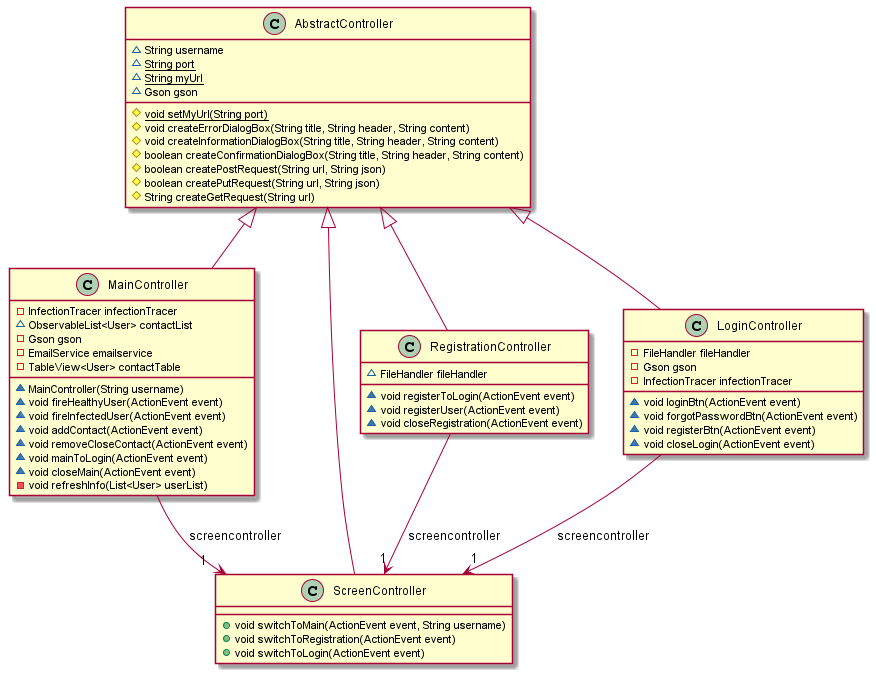
Before: Infectiontracer/docs/release3/diagrams/fxuiclassdiagram.png, a diagram exported from PlantUML (Alexanderbrandhaug/InfectionTracerFX).
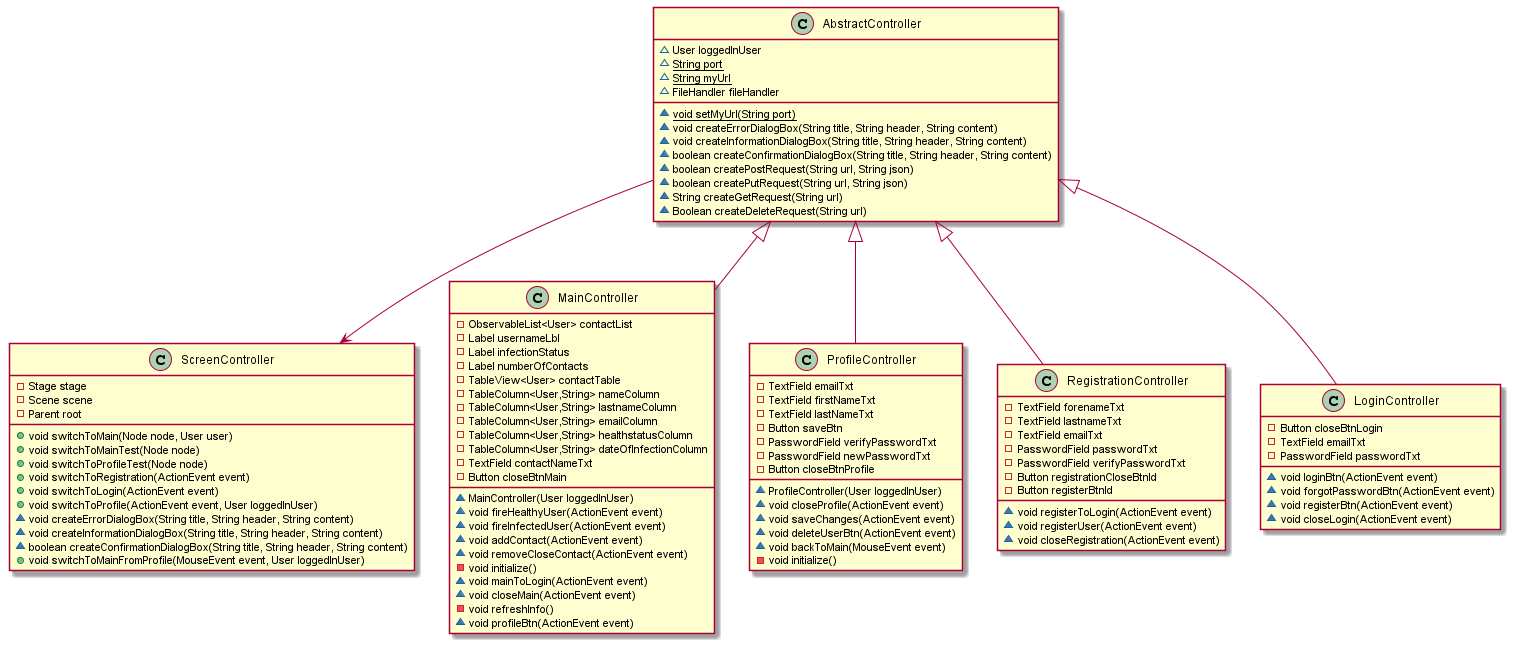
After the commit.

What changed in the source:
```diff
@@ -1,72 +1,114 @@
 @startuml
-class AbstractController [[java:infectiontracer.ui.AbstractController]] {
-	~String username
+abstract class AbstractController [[java:infectiontracer.ui.AbstractController]] {
+	~User loggedInUser
 	~{static}String port
 	~{static}String myUrl
-	~Gson gson
-	#{static}void setMyUrl(String port)
-	#void createErrorDialogBox(String title, String header, String content)
-	#void createInformationDialogBox(String title, String header, String content)
-	#boolean createConfirmationDialogBox(String title, String header, String content)
-	#boolean createPostRequest(String url, String json)
-	#boolean createPutRequest(String url, String json)
-	#String createGetRequest(String url)
+	~FileHandler fileHandler
+	~{static}void setMyUrl(String port)
+	~void createErrorDialogBox(String title, String header, String content)
+	~void createInformationDialogBox(String title, String header, String content)
+	~boolean createConfirmationDialogBox(String title, String header, String content)
+	~boolean createPostRequest(String url, String json)
+	~boolean createPutRequest(String url, String json)
+	~String createGetRequest(String url)
+	~Boolean createDeleteRequest(String url)
 }
+class ScreenController [[java:bookingsystem.ScreenController]] {
+}
+AbstractController --> ScreenController
 class MainController [[java:infectiontracer.ui.MainController]] {
-	-InfectionTracer infectionTracer
-	~ObservableList<User> contactList
-	-Gson gson
-	-EmailService emailservice
+	-ObservableList<User> contactList
+	-Label usernameLbl
+	-Label infectionStatus
+	-Label numberOfContacts
 	-TableView<User> contactTable
-	~MainController(String username)
+	-TableColumn<User,String> nameColumn
+	-TableColumn<User,String> lastnameColumn
+	-TableColumn<User,String> emailColumn
+	-TableColumn<User,String> healthstatusColumn
+	-TableColumn<User,String> dateOfInfectionColumn
+	-TextField contactNameTxt
+	-Button closeBtnMain
+	~MainController(User loggedInUser)
 	~void fireHealthyUser(ActionEvent event)
 	~void fireInfectedUser(ActionEvent event)
 	~void addContact(ActionEvent event)
 	~void removeCloseContact(ActionEvent event)
+	-void initialize()
 	~void mainToLogin(ActionEvent event)
 	~void closeMain(ActionEvent event)
-	-void refreshInfo(List<User> userList)
+	-void refreshInfo()
+	~void profileBtn(ActionEvent event)
 }
-class ScreenController [[java:bookingsystem.ScreenController]] {
-}
-MainController --> "1" ScreenController : screencontroller
 class AbstractController [[java:infectiontracer.ui.AbstractController]] {
 }
 AbstractController <|-- MainController
 
-
-class ScreenController [[java:infectiontracer.ui.ScreenController]] {
-	+void switchToMain(ActionEvent event, String username)
-	+void switchToRegistration(ActionEvent event)
-	+void switchToLogin(ActionEvent event)
+class ProfileController [[java:infectiontracer.ui.ProfileController]] {
+	-TextField emailTxt
+	-TextField firstNameTxt
+	-TextField lastNameTxt
+	-Button saveBtn
+	-PasswordField verifyPasswordTxt
+	-PasswordField newPasswordTxt
+	-Button closeBtnProfile
+	~ProfileController(User loggedInUser)
+	~void closeProfile(ActionEvent event)
+	~void saveChanges(ActionEvent event)
+	~void deleteUserBtn(ActionEvent event)
+	~void backToMain(MouseEvent event)
+	-void initialize()
 }
 class AbstractController [[java:infectiontracer.ui.AbstractController]] {
 }
-AbstractController <|-- ScreenController
+AbstractController <|-- ProfileController
+
+class AbstractController [[java:infectiontracer.ui.AbstractController]] {
+}
+
+class ScreenController [[java:infectiontracer.ui.ScreenController]] {
+	-Stage stage
+	-Scene scene
+	-Parent root
+	+void switchToMain(Node node, User user)
+	+void switchToMainTest(Node node)
+	+void switchToProfileTest(Node node)
+	+void switchToRegistration(ActionEvent event)
+	+void switchToLogin(ActionEvent event)
+	+void switchToProfile(ActionEvent event, User loggedInUser)
+	~void createErrorDialogBox(String title, String header, String content)
+	~void createInformationDialogBox(String title, String header, String content)
+	~boolean createConfirmationDialogBox(String title, String header, String content)
+	+void switchToMainFromProfile(MouseEvent event, User loggedInUser)
+}
+
+class AbstractController [[java:infectiontracer.ui.AbstractController]] {
+}
+
 class RegistrationController [[java:infectiontracer.ui.RegistrationController]] {
-	~FileHandler fileHandler
+	-TextField forenameTxt
+	-TextField lastnameTxt
+	-TextField emailTxt
+	-PasswordField passwordTxt
+	-PasswordField verifyPasswordTxt
+	-Button registrationCloseBtnId
+	-Button registerBtnId
 	~void registerToLogin(ActionEvent event)
 	~void registerUser(ActionEvent event)
 	~void closeRegistration(ActionEvent event)
 }
-class ScreenController [[java:bookingsystem.ScreenController]] {
-}
-RegistrationController --> "1" ScreenController : screencontroller
 class AbstractController [[java:infectiontracer.ui.AbstractController]] {
 }
 AbstractController <|-- RegistrationController
 class LoginController [[java:infectiontracer.ui.LoginController]] {
-	-FileHandler fileHandler
-	-Gson gson
-	-InfectionTracer infectionTracer
+	-Button closeBtnLogin
+	-TextField emailTxt
+	-PasswordField passwordTxt
 	~void loginBtn(ActionEvent event)
 	~void forgotPasswordBtn(ActionEvent event)
 	~void registerBtn(ActionEvent event)
 	~void closeLogin(ActionEvent event)
 }
-class ScreenController [[java:bookingsystem.ScreenController]] {
-}
-LoginController --> "1" ScreenController : screencontroller
 class AbstractController [[java:infectiontracer.ui.AbstractController]] {
 }
 AbstractController <|-- LoginController
```
